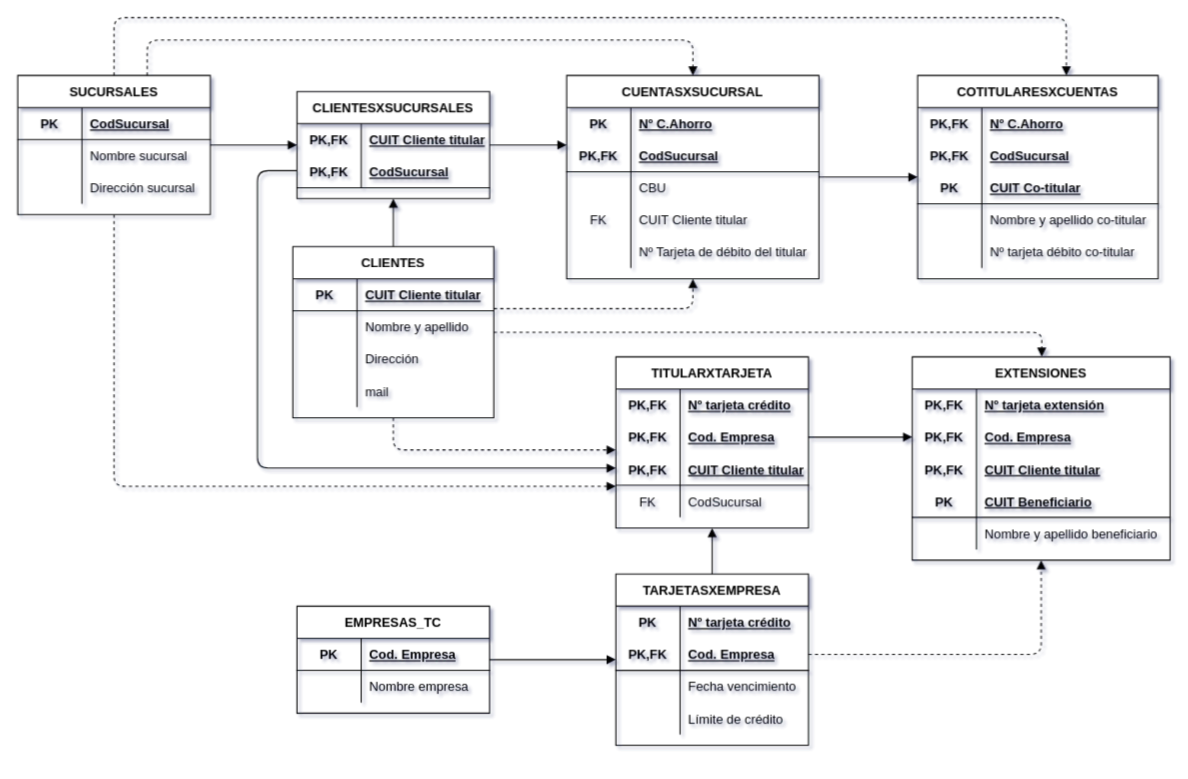
The draw.io diagram Parcial_I_Bancos/2FN_Puyelli_V2.drawio in FedericoRocca/DyADDBB_1erCuatrimestre_2021, before the edit. Source tidied: cells renumbered, new cells numbered last; positions are measured from the earlier drawing's top-left corner, leaving out a move shared by most shapes. Both pictures are drawn from the tidied source at 107%, with x=0, y=0 at pixel (17, 17).
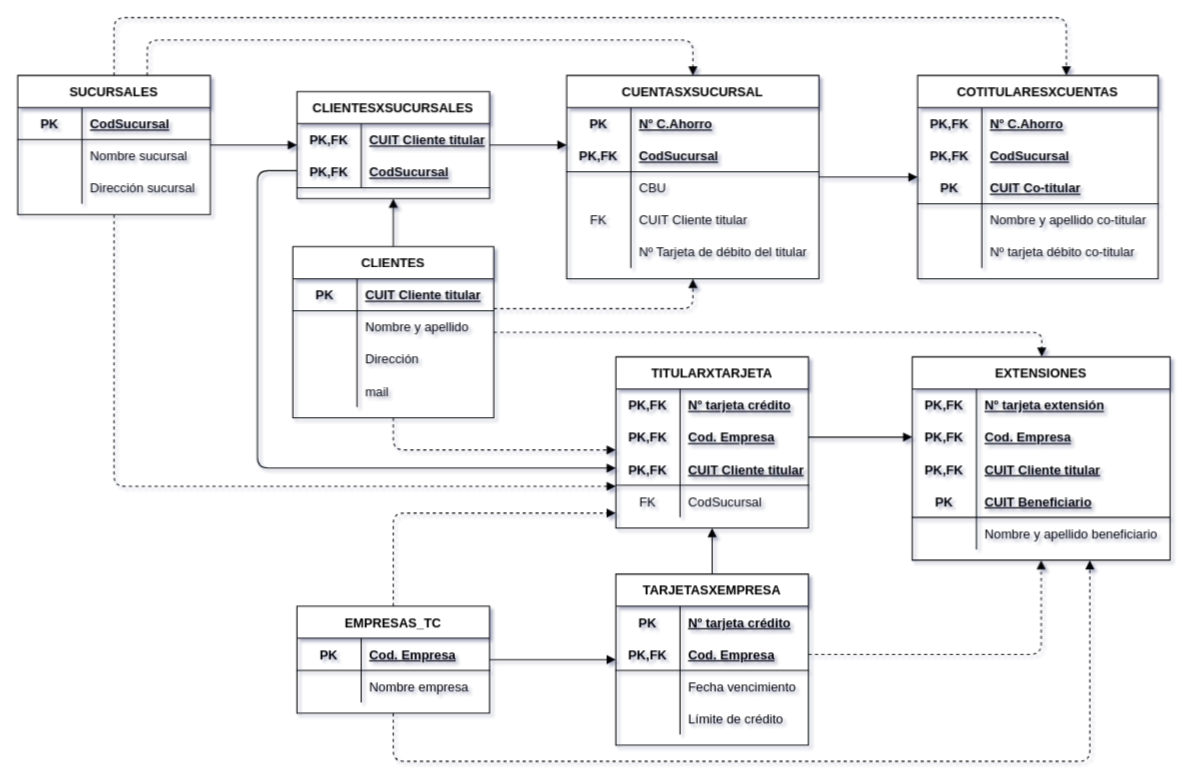
The same diagram, later.

Commit message (it also covers changes not shown here):
correccion relaciones ultima version

Unchanged cells that the change refers to:
```xml
<mxCell id="76" value="EMPRESAS_TC" style="shape=table;startSize=30;childLayout=tableLayout;rowLines=0;fontStyle=1;align=center;" parent="1" vertex="1">
  <mxGeometry x="261" y="550" width="180" height="100" as="geometry" />
</mxCell>
<mxCell id="98" value="TITULARXTARJETA" style="shape=table;startSize=30;childLayout=tableLayout;rowLines=0;fontStyle=1;align=center;" parent="1" vertex="1">
  <mxGeometry x="559" y="317" width="180" height="160" as="geometry" />
</mxCell>
<mxCell id="111" value="EXTENSIONES" style="shape=table;startSize=30;childLayout=tableLayout;rowLines=0;fontStyle=1;align=center;" parent="1" vertex="1">
  <mxGeometry x="836" y="317" width="241" height="190" as="geometry" />
</mxCell>
```

The edit, as a diff of the source:
```diff
@@
+    <mxCell id="128" style="edgeStyle=orthogonalEdgeStyle;rounded=1;jettySize=auto;html=1;dashed=1;startArrow=none;startFill=0;endArrow=block;endFill=1;" parent="1" edge="1" source="76" target="98">
+      <mxGeometry relative="1" as="geometry">
+        <Array as="points">
+          <mxPoint x="351" y="463" />
+        </Array>
+      </mxGeometry>
+    </mxCell>
+    <mxCell id="129" style="edgeStyle=orthogonalEdgeStyle;rounded=1;jettySize=auto;html=1;dashed=1;startArrow=none;startFill=0;endArrow=block;endFill=1;" parent="1" edge="1" source="76" target="111">
+      <mxGeometry relative="1" as="geometry">
+        <Array as="points">
+          <mxPoint x="351" y="695" />
+          <mxPoint x="1002" y="695" />
+        </Array>
+      </mxGeometry>
+    </mxCell>
```
